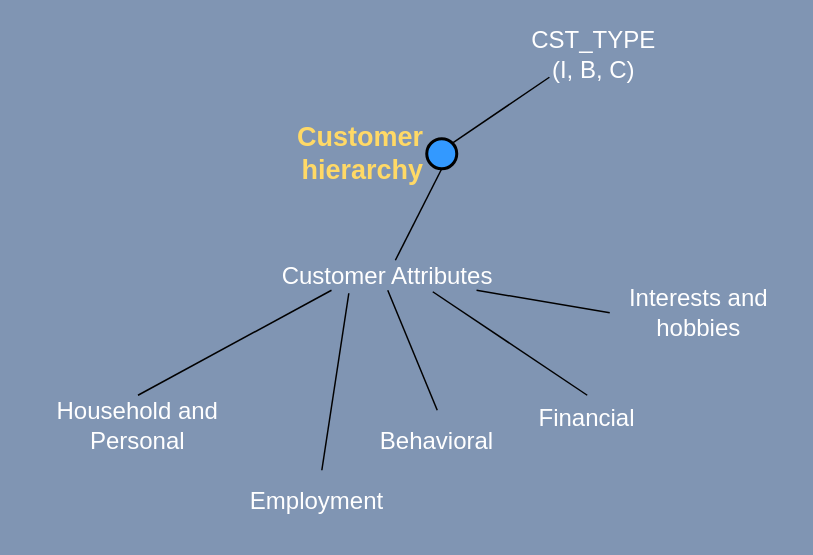
uyennt01/Project1 keeps this draw.io diagram as Oracle Aggregate Tables.drawio. Above is the earlier version. Source tidied: cells renumbered, new cells numbered last; positions are measured from the earlier drawing's top-left corner, leaving out a move shared by most shapes. Both pictures are drawn from the tidied source at 150%, with x=0, y=0 at pixel (26, 32).
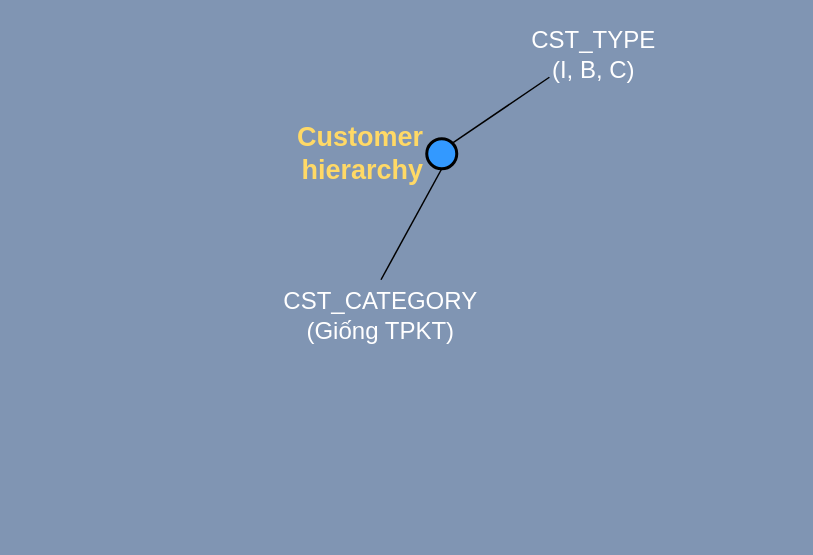
After the change.

Change to the diagram source:
```diff
@@
 <mxGraphModel background="#8095B3">
   <root>
     <mxCell id="0" />
     <mxCell id="1" parent="0" />
     <mxCell id="2" value="Customer hierarchy" style="strokeWidth=2;html=1;shape=mxgraph.flowchart.start_2;whiteSpace=wrap;labelPosition=left;verticalLabelPosition=middle;align=right;verticalAlign=middle;fillColor=#3399FF;fontStyle=1;fontSize=18;fontColor=#FFD966;" parent="1" vertex="1">
       <mxGeometry x="267" y="71" width="20" height="20" as="geometry" />
     </mxCell>
-    <mxCell id="3" style="endArrow=none;html=1;labelPosition=center;verticalLabelPosition=bottom;align=center;verticalAlign=top;entryX=0.5;entryY=1;entryDx=0;entryDy=0;entryPerimeter=0;" parent="1" edge="1" source="4" target="2">
+    <mxCell id="3" style="endArrow=none;html=1;labelPosition=center;verticalLabelPosition=bottom;align=center;verticalAlign=top;entryX=0.5;entryY=1;entryDx=0;entryDy=0;entryPerimeter=0;exitX=0.5;exitY=0;exitDx=0;exitDy=0;" parent="1" edge="1" source="17" target="2">
       <mxGeometry relative="1" as="geometry" />
     </mxCell>
-    <mxCell id="4" value="Customer Attributes" style="text;html=1;strokeColor=none;fillColor=none;align=center;verticalAlign=middle;whiteSpace=wrap;rounded=0;fontSize=16;fontColor=#FFFFFF;" parent="1" vertex="1">
-      <mxGeometry x="166" y="152" width="150" height="20" as="geometry" />
-    </mxCell>
-    <mxCell id="5" style="endArrow=none;html=1;entryX=0.25;entryY=1;entryDx=0;entryDy=0;exitX=0.5;exitY=0;exitDx=0;exitDy=0;fontSize=16;fontColor=#FFFFFF;" parent="1" edge="1" source="7" target="4">
-      <mxGeometry relative="1" as="geometry" />
-    </mxCell>
-    <mxCell id="6" style="endArrow=none;html=1;entryX=0.5;entryY=1;entryDx=0;entryDy=0;exitX=0.5;exitY=0;exitDx=0;exitDy=0;fontSize=16;fontColor=#FFFFFF;" parent="1" edge="1" source="8" target="4">
-      <mxGeometry relative="1" as="geometry" />
-    </mxCell>
-    <mxCell id="7" value="Household and Personal" style="text;html=1;strokeColor=none;fillColor=none;align=center;verticalAlign=middle;whiteSpace=wrap;rounded=0;fontSize=16;fontColor=#FFFFFF;" parent="1" vertex="1">
-      <mxGeometry y="242" width="149" height="40" as="geometry" />
-    </mxCell>
-    <mxCell id="8" value="Behavioral" style="text;html=1;strokeColor=none;fillColor=none;align=center;verticalAlign=middle;whiteSpace=wrap;rounded=0;fontSize=16;fontColor=#FFFFFF;" parent="1" vertex="1">
-      <mxGeometry x="229" y="252" width="90" height="40" as="geometry" />
-    </mxCell>
-    <mxCell id="9" value="Financial" style="text;html=1;strokeColor=none;fillColor=none;align=center;verticalAlign=middle;whiteSpace=wrap;rounded=0;fontSize=16;fontColor=#FFFFFF;" parent="1" vertex="1">
-      <mxGeometry x="329" y="242" width="90" height="30" as="geometry" />
-    </mxCell>
-    <mxCell id="10" style="endArrow=none;html=1;entryX=0.7;entryY=1.05;entryDx=0;entryDy=0;entryPerimeter=0;exitX=0.5;exitY=0;exitDx=0;exitDy=0;fontSize=16;fontColor=#FFFFFF;" parent="1" edge="1" source="9" target="4">
-      <mxGeometry relative="1" as="geometry" />
-    </mxCell>
-    <mxCell id="11" value="Employment" style="text;html=1;strokeColor=none;fillColor=none;align=center;verticalAlign=middle;whiteSpace=wrap;rounded=0;fontSize=16;fontColor=#FFFFFF;" parent="1" vertex="1">
-      <mxGeometry x="149" y="292" width="90" height="40" as="geometry" />
-    </mxCell>
-    <mxCell id="12" style="endArrow=none;html=1;entryX=0.327;entryY=1.1;entryDx=0;entryDy=0;entryPerimeter=0;fontSize=16;fontColor=#FFFFFF;" parent="1" edge="1" source="11" target="4">
-      <mxGeometry relative="1" as="geometry" />
-    </mxCell>
-    <mxCell id="13" value="Interests and hobbies" style="text;html=1;strokeColor=none;fillColor=none;align=center;verticalAlign=middle;whiteSpace=wrap;rounded=0;fontSize=16;fontColor=#FFFFFF;" parent="1" vertex="1">
-      <mxGeometry x="389" y="172" width="119" height="30" as="geometry" />
-    </mxCell>
-    <mxCell id="14" style="endArrow=none;html=1;exitX=0;exitY=0.5;exitDx=0;exitDy=0;fontSize=16;fontColor=#FFFFFF;" parent="1" edge="1" source="13" target="4">
-      <mxGeometry relative="1" as="geometry" />
-    </mxCell>
     <mxCell id="15" style="endArrow=none;html=1;exitX=0.855;exitY=0.145;exitDx=0;exitDy=0;entryX=0.25;entryY=1;entryDx=0;entryDy=0;exitPerimeter=0;fontColor=#FFFFFF;" parent="1" edge="1" source="2" target="16">
       <mxGeometry relative="1" as="geometry" />
     </mxCell>
     <mxCell id="16" value="&lt;div&gt;CST_TYPE&lt;/div&gt;&lt;div&gt;(I, B, C)&lt;br&gt;&lt;/div&gt;" style="text;html=1;strokeColor=none;fillColor=none;align=center;verticalAlign=middle;whiteSpace=wrap;rounded=0;fontSize=16;fontColor=#FFFFFF;" parent="1" vertex="1">
       <mxGeometry x="319" width="119" height="30" as="geometry" />
     </mxCell>
+    <mxCell id="17" value="&lt;div&gt;CST_CATEGORY&lt;/div&gt;&lt;div&gt;(Giống TPKT)&lt;br&gt;&lt;/div&gt;" style="text;html=1;strokeColor=none;fillColor=none;align=center;verticalAlign=middle;whiteSpace=wrap;rounded=0;fontSize=16;fontColor=#FFFFFF;" parent="1" vertex="1">
+      <mxGeometry x="177" y="165" width="119" height="48" as="geometry" />
+    </mxCell>
   </root>
 </mxGraphModel>
```
